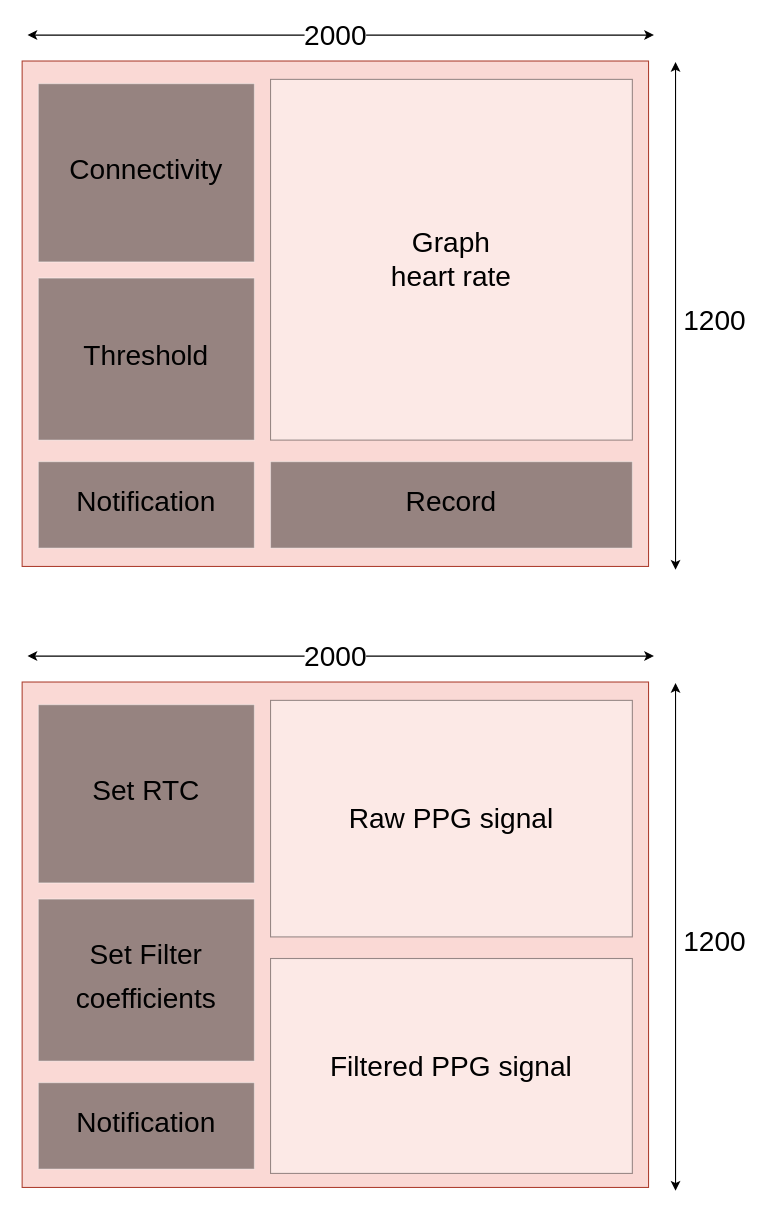
The draw.io diagram docs/diagrams/gui_qt.drawio in xuanvietcse/pulse_oximetry, before the edit. Source tidied: cells renumbered, new cells numbered last; positions are measured from the earlier drawing's top-left corner, leaving out a move shared by most shapes. Both pictures are drawn from the tidied source at 108%, with x=0, y=0 at pixel (22, 35).
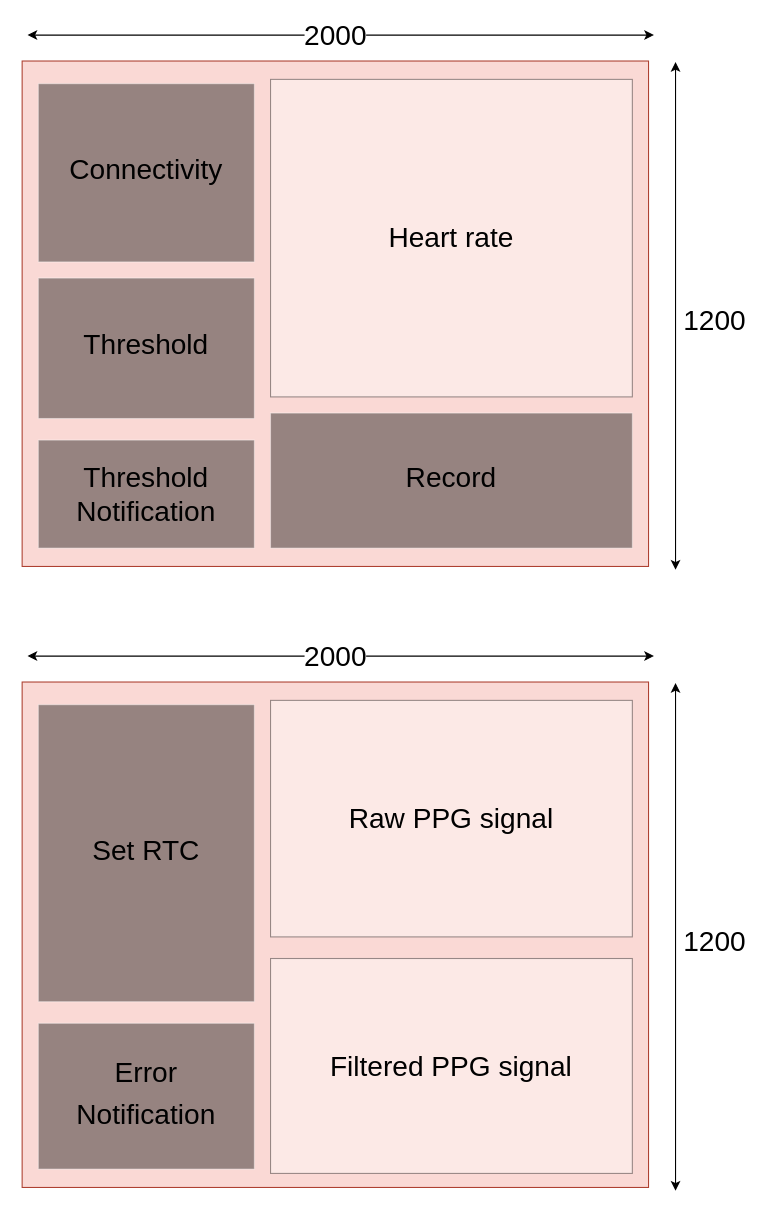
Above is the later version.

Commit message (it also covers changes not shown here):
feat: Send set threshold and send read record event in UI

The edit, as a diff of the source:
```diff
@@
-    <mxCell id="3" value="&lt;font style=&quot;font-size: 26px;&quot;&gt;Graph&lt;br&gt;heart rate&lt;br&gt;&lt;/font&gt;" style="rounded=0;whiteSpace=wrap;html=1;opacity=40;imageWidth=24;imageHeight=24;" parent="1" vertex="1">
-      <mxGeometry x="230" y="41" width="335" height="334" as="geometry" />
+    <mxCell id="3" value="&lt;font style=&quot;font-size: 26px;&quot;&gt;Heart rate&lt;br&gt;&lt;/font&gt;" style="rounded=0;whiteSpace=wrap;html=1;opacity=40;imageWidth=24;imageHeight=24;" parent="1" vertex="1">
+      <mxGeometry x="230" y="41" width="335" height="294" as="geometry" />
     </mxCell>
@@
     <mxCell id="9" value="&lt;p style=&quot;line-height: 50%;&quot;&gt;&lt;font style=&quot;font-size: 26px;&quot;&gt;Threshold&lt;/font&gt;&lt;/p&gt;" style="rounded=0;whiteSpace=wrap;html=1;fontSize=8;opacity=40;fillColor=#000000;strokeColor=#FFFFFF;" parent="1" vertex="1">
-      <mxGeometry x="15" y="225" width="200" height="150" as="geometry" />
+      <mxGeometry x="15" y="225" width="200" height="130" as="geometry" />
     </mxCell>
-    <mxCell id="10" value="&lt;p style=&quot;line-height: 50%;&quot;&gt;&lt;font style=&quot;font-size: 26px;&quot;&gt;Notification&lt;/font&gt;&lt;/p&gt;" style="rounded=0;whiteSpace=wrap;html=1;fontSize=8;opacity=40;fillColor=#000000;strokeColor=#FFFFFF;" parent="1" vertex="1">
-      <mxGeometry x="15" y="395" width="200" height="80" as="geometry" />
+    <mxCell id="10" value="&lt;p style=&quot;line-height: 300%;&quot;&gt;&lt;font style=&quot;font-size: 26px;&quot;&gt;Threshold&lt;/font&gt;&lt;/p&gt;&lt;p style=&quot;line-height: 110%;&quot;&gt;&lt;font style=&quot;font-size: 26px;&quot;&gt;Notification&lt;/font&gt;&lt;/p&gt;" style="rounded=0;whiteSpace=wrap;html=1;fontSize=8;opacity=40;fillColor=#000000;strokeColor=#FFFFFF;" parent="1" vertex="1">
+      <mxGeometry x="15" y="375" width="200" height="100" as="geometry" />
     </mxCell>
     <mxCell id="11" value="&lt;p style=&quot;line-height: 50%;&quot;&gt;&lt;span style=&quot;font-size: 26px;&quot;&gt;Record&lt;/span&gt;&lt;/p&gt;" style="rounded=0;whiteSpace=wrap;html=1;fontSize=8;opacity=40;fillColor=#000000;strokeColor=#FFFFFF;" parent="1" vertex="1">
-      <mxGeometry x="230" y="395" width="335" height="80" as="geometry" />
+      <mxGeometry x="230" y="350" width="335" height="125" as="geometry" />
     </mxCell>
@@
     <mxCell id="14" value="&lt;p style=&quot;line-height: 50%;&quot;&gt;&lt;span style=&quot;font-size: 26px;&quot;&gt;Set RTC&lt;/span&gt;&lt;/p&gt;" style="rounded=0;whiteSpace=wrap;html=1;fontSize=8;opacity=40;fillColor=#000000;strokeColor=#FFFFFF;" parent="1" vertex="1">
-      <mxGeometry x="15" y="620" width="200" height="165" as="geometry" />
+      <mxGeometry x="15" y="620" width="200" height="275" as="geometry" />
     </mxCell>
@@
-    <mxCell id="19" value="&lt;p style=&quot;line-height: 405%;&quot;&gt;&lt;span style=&quot;font-size: 26px;&quot;&gt;Set Filter coefficients&lt;/span&gt;&lt;/p&gt;" style="rounded=0;whiteSpace=wrap;html=1;fontSize=8;opacity=40;fillColor=#000000;strokeColor=#FFFFFF;" parent="1" vertex="1">
-      <mxGeometry x="15" y="800" width="200" height="150" as="geometry" />
-    </mxCell>
-    <mxCell id="20" value="&lt;p style=&quot;line-height: 50%;&quot;&gt;&lt;font style=&quot;font-size: 26px;&quot;&gt;Notification&lt;/font&gt;&lt;/p&gt;" style="rounded=0;whiteSpace=wrap;html=1;fontSize=8;opacity=40;fillColor=#000000;strokeColor=#FFFFFF;" parent="1" vertex="1">
-      <mxGeometry x="15" y="970" width="200" height="80" as="geometry" />
+    <mxCell id="20" value="&lt;p style=&quot;line-height: 300%;&quot;&gt;&lt;font style=&quot;font-size: 26px;&quot;&gt;Error&lt;/font&gt;&lt;/p&gt;&lt;p style=&quot;line-height: 300%;&quot;&gt;&lt;font style=&quot;font-size: 26px;&quot;&gt;Notification&lt;/font&gt;&lt;/p&gt;" style="rounded=0;whiteSpace=wrap;html=1;fontSize=8;opacity=40;fillColor=#000000;strokeColor=#FFFFFF;" parent="1" vertex="1">
+      <mxGeometry x="15" y="915" width="200" height="135" as="geometry" />
     </mxCell>
```
